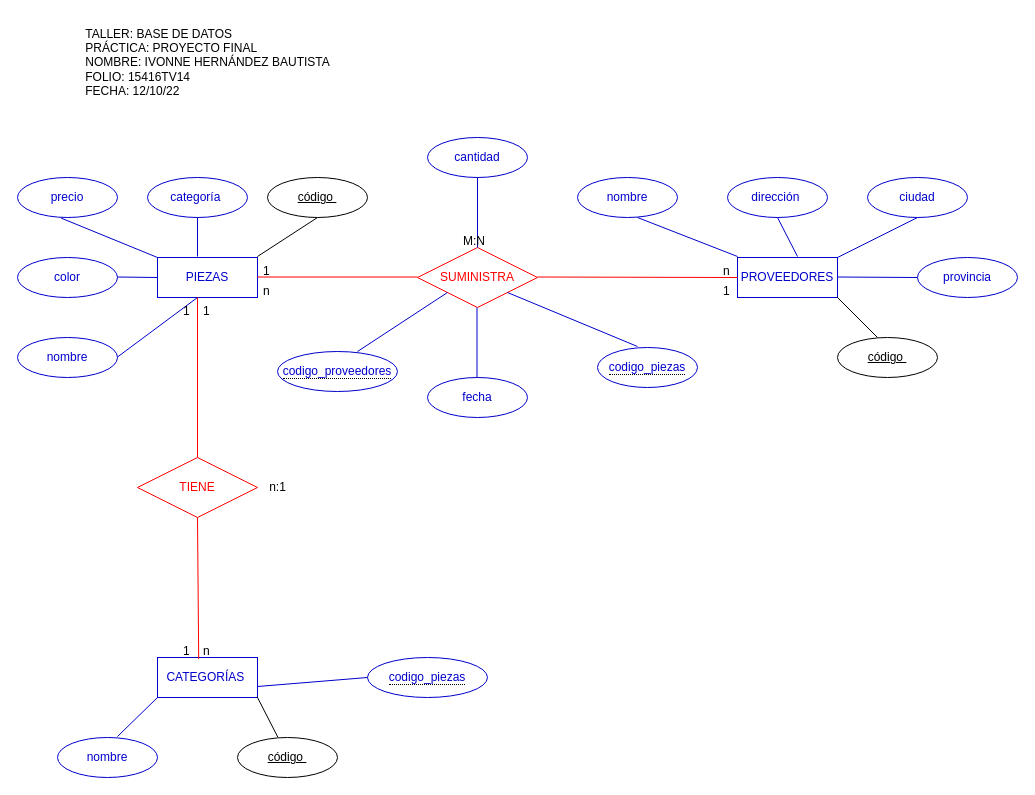
This is DIAGRAMAN/Proyectofinal.drawio from IVONNE80/BASE-DE-DATOS, a draw.io file, before an edit. Source tidied: cells renumbered, new cells numbered last; positions are measured from the earlier drawing's top-left corner, leaving out a move shared by most shapes. Both pictures are drawn from the tidied source at 100%, with x=0, y=0 at pixel (17, 17).
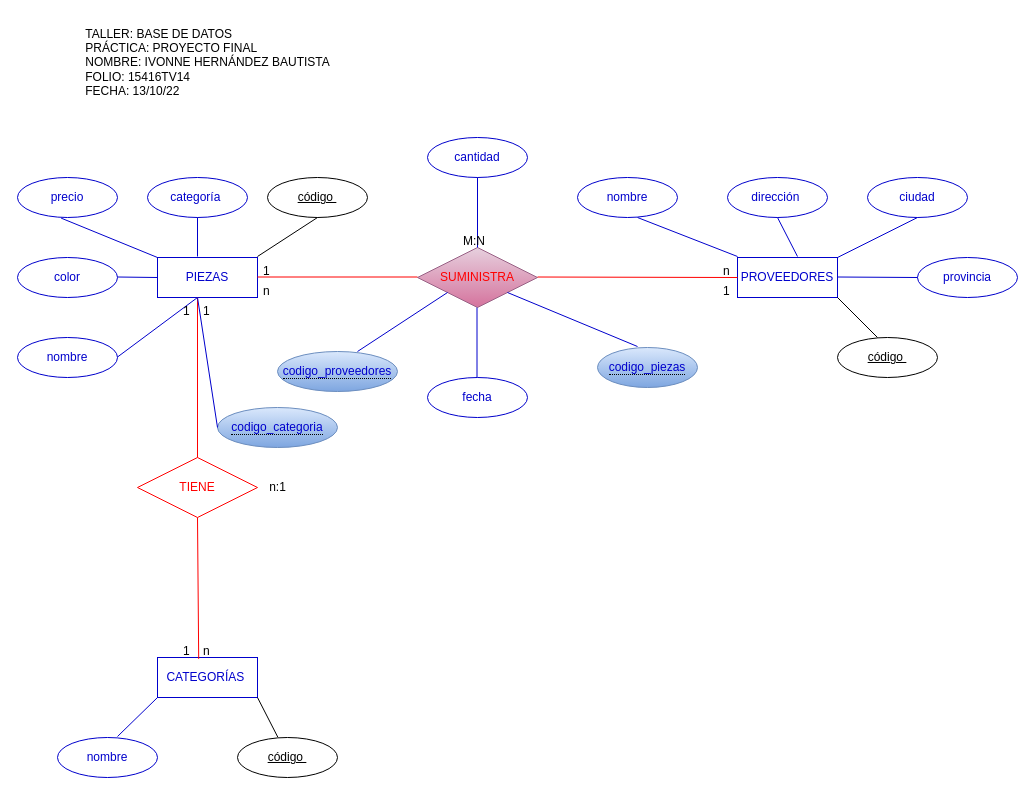
The same diagram, later.

What changed in the source:
```diff
@@
-    <mxCell id="17" value="&lt;font color=&quot;#ff0000&quot;&gt;SUMINISTRA&lt;/font&gt;" style="shape=rhombus;perimeter=rhombusPerimeter;whiteSpace=wrap;html=1;align=center;strokeColor=#FF0000;" parent="1" vertex="1">
+    <mxCell id="17" value="&lt;font color=&quot;#ff0000&quot;&gt;SUMINISTRA&lt;/font&gt;" style="shape=rhombus;perimeter=rhombusPerimeter;whiteSpace=wrap;html=1;align=center;strokeColor=#996185;fillColor=#e6d0de;gradientColor=#d5739d;" parent="1" vertex="1">
       <mxGeometry x="400" y="230" width="120" height="60" as="geometry" />
     </mxCell>
@@
-    <mxCell id="41" value="&lt;div style=&quot;text-align: left;&quot;&gt;&lt;span style=&quot;background-color: initial;&quot;&gt;TALLER: BASE DE DATOS&lt;/span&gt;&lt;/div&gt;&lt;div style=&quot;text-align: left;&quot;&gt;&lt;span style=&quot;background-color: initial;&quot;&gt;PRÁCTICA: PROYECTO FINAL&lt;/span&gt;&lt;/div&gt;&lt;div style=&quot;text-align: left;&quot;&gt;&lt;span style=&quot;background-color: initial;&quot;&gt;NOMBRE: IVONNE HERNÁNDEZ BAUTISTA&lt;/span&gt;&lt;/div&gt;&lt;div style=&quot;text-align: left;&quot;&gt;&lt;span style=&quot;background-color: initial;&quot;&gt;FOLIO: 15416TV14&lt;/span&gt;&lt;/div&gt;&lt;div style=&quot;text-align: left;&quot;&gt;&lt;span style=&quot;background-color: initial;&quot;&gt;FECHA: 12/10/22&lt;/span&gt;&lt;/div&gt;" style="text;html=1;align=center;verticalAlign=middle;strokeColor=none;fillColor=none;" parent="1" vertex="1">
+    <mxCell id="41" value="&lt;div style=&quot;text-align: left;&quot;&gt;&lt;span style=&quot;background-color: initial;&quot;&gt;TALLER: BASE DE DATOS&lt;/span&gt;&lt;/div&gt;&lt;div style=&quot;text-align: left;&quot;&gt;&lt;span style=&quot;background-color: initial;&quot;&gt;PRÁCTICA: PROYECTO FINAL&lt;/span&gt;&lt;/div&gt;&lt;div style=&quot;text-align: left;&quot;&gt;&lt;span style=&quot;background-color: initial;&quot;&gt;NOMBRE: IVONNE HERNÁNDEZ BAUTISTA&lt;/span&gt;&lt;/div&gt;&lt;div style=&quot;text-align: left;&quot;&gt;&lt;span style=&quot;background-color: initial;&quot;&gt;FOLIO: 15416TV14&lt;/span&gt;&lt;/div&gt;&lt;div style=&quot;text-align: left;&quot;&gt;&lt;span style=&quot;background-color: initial;&quot;&gt;FECHA: 13/10/22&lt;/span&gt;&lt;/div&gt;" style="text;html=1;align=center;verticalAlign=middle;strokeColor=none;fillColor=none;" parent="1" vertex="1">
       <mxGeometry x="55" width="270" height="90" as="geometry" />
     </mxCell>
@@
-    <mxCell id="50" value="&lt;span style=&quot;border-bottom: 1px dotted&quot;&gt;&lt;font color=&quot;#0000cc&quot;&gt;codigo_piezas&lt;/font&gt;&lt;/span&gt;" style="ellipse;whiteSpace=wrap;html=1;align=center;strokeColor=#0000CC;" parent="1" vertex="1">
+    <mxCell id="50" value="&lt;span style=&quot;border-bottom: 1px dotted&quot;&gt;&lt;font color=&quot;#0000cc&quot;&gt;codigo_piezas&lt;/font&gt;&lt;/span&gt;" style="ellipse;whiteSpace=wrap;html=1;align=center;strokeColor=#6c8ebf;fillColor=#dae8fc;gradientColor=#7ea6e0;" parent="1" vertex="1">
       <mxGeometry x="580" y="330" width="100" height="40" as="geometry" />
     </mxCell>
-    <mxCell id="51" value="&lt;span style=&quot;border-bottom: 1px dotted&quot;&gt;&lt;font color=&quot;#0000cc&quot;&gt;codigo_proveedores&lt;/font&gt;&lt;/span&gt;" style="ellipse;whiteSpace=wrap;html=1;align=center;strokeColor=#0000CC;" parent="1" vertex="1">
+    <mxCell id="51" value="&lt;span style=&quot;border-bottom: 1px dotted&quot;&gt;&lt;font color=&quot;#0000cc&quot;&gt;codigo_proveedores&lt;/font&gt;&lt;/span&gt;" style="ellipse;whiteSpace=wrap;html=1;align=center;strokeColor=#6c8ebf;fillColor=#dae8fc;gradientColor=#7ea6e0;" parent="1" vertex="1">
       <mxGeometry x="260" y="334" width="120" height="40" as="geometry" />
     </mxCell>
@@
-    <mxCell id="54" value="&lt;span style=&quot;border-bottom: 1px dotted&quot;&gt;&lt;font color=&quot;#0000cc&quot;&gt;codigo_piezas&lt;/font&gt;&lt;/span&gt;" style="ellipse;whiteSpace=wrap;html=1;align=center;strokeColor=#0000CC;" parent="1" vertex="1">
-      <mxGeometry x="350" y="640" width="120" height="40" as="geometry" />
+    <mxCell id="54" value="&lt;span style=&quot;border-bottom: 1px dotted&quot;&gt;&lt;font color=&quot;#0000cc&quot;&gt;codigo_categoria&lt;/font&gt;&lt;/span&gt;" style="ellipse;whiteSpace=wrap;html=1;align=center;strokeColor=#6c8ebf;fillColor=#dae8fc;gradientColor=#7ea6e0;" parent="1" vertex="1">
+      <mxGeometry x="200" y="390" width="120" height="40" as="geometry" />
     </mxCell>
     <mxCell id="55" style="endArrow=none;html=1;rounded=0;fontColor=#0000CC;strokeColor=#0000CC;entryX=0;entryY=0.5;entryDx=0;entryDy=0;" parent="1" edge="1" target="54">
       <mxGeometry relative="1" as="geometry">
-        <mxPoint x="240" y="669" as="sourcePoint" />
+        <mxPoint x="180" y="280" as="sourcePoint" />
       </mxGeometry>
     </mxCell>
```
